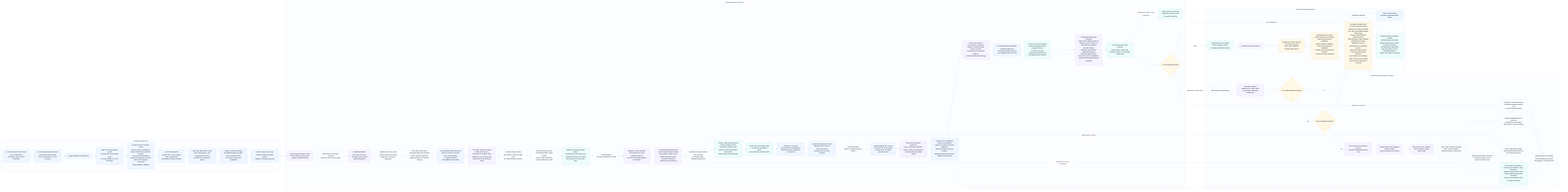
odylith/odylith keeps this Mermaid diagram as odylith/atlas/source/domain-intelligence-greenfield-governance.png. Above is the earlier version. Its source is kept beside it as odylith/atlas/source/domain-intelligence-greenfield-governance.mmd.
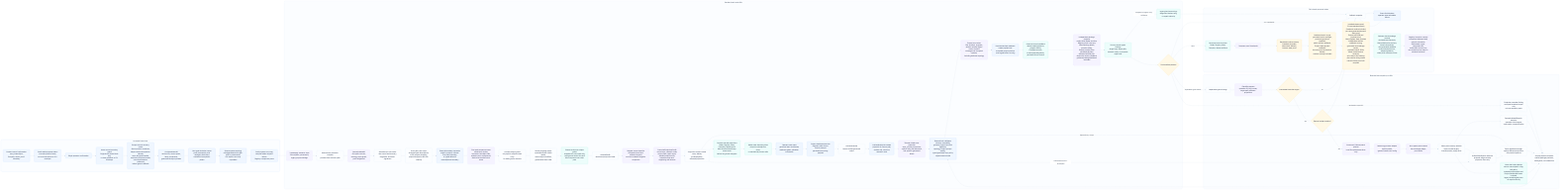
The same file after the commit.

Diff of the diagram source:
```diff
@@ -73,13 +73,14 @@
       matrix_scorer["Hardened matrix scorer<br/>grounded anchor preflight,<br/>persisted governed readback,<br/>public artifact readback,<br/>Project shell payload readback,<br/>browser proof as premium blocker,<br/>runtime custody excluded"]
       release_matrix["Installed release proof<br/>13-case standard matrix,<br/>Casebook surface included,<br/>per-case generated browser state proof,<br/>Project tab DOM and payload proof,<br/>Atlas diagram state checked,<br/>independent artifact readback scoring,<br/>generated-term leakage rescan,<br/>persisted matrix JSON,<br/>failed-create blocker excerpts,<br/>strict temp-root cleanup,<br/>plus rescue wiring smoke<br/>natural rescue proof still required"]
       selected_case_leakage["Release domain leakage custody<br/>declared case sentinels,<br/>filtered distinctive anchors,<br/>historical sentinels,<br/>and generated readback<br/>scan protected source, shipped guidance,<br/>wheel, and runtime archives"]
+      registry_forensics_custody["Registry forensics custody<br/>component sidecars keep generic summaries,<br/>workstream scope, component IDs,<br/>and artifact counts only<br/>raw scenario prose stays in evidence surfaces"]
     end
 
     visible_intent --> confirmable_stdout --> confirm --> source_guard --> prompt_recovery --> confirmed_ir --> non_goal_owner --> sparse_systems --> public_system_copy
     public_system_copy --> apply_input --> compiler --> semantic_ir --> actor_role_owner --> actor_path_role --> external_boundary --> sequence_owner --> subject_carry_guard --> result_language --> prose_shape_guard --> artifact_plan --> release_scope --> canonical_facts --> projection_contract --> projections --> state_boundary_titles --> next_steps --> project_dashboard --> draft_set
     draft_set --> artifact_units --> visible_actor_projection --> validators --> expert_lenses --> persisted_readback --> governed_readback --> evidence_readback --> typed_findings --> final_manifest
     typed_findings -- "untyped or legacy-only evidence" --> legacy_blockers --> rollback
-    final_manifest -- "pass" --> writes --> proof_log --> surface_custody --> matrix_scorer --> release_matrix --> selected_case_leakage
+    final_manifest -- "pass" --> writes --> proof_log --> surface_custody --> matrix_scorer --> release_matrix --> selected_case_leakage --> registry_forensics_custody
     final_manifest -- "rendered scope drift" --> projection_rerender --> rerender
     final_manifest -- "repairable typed failure" --> repairable --> patchset --> executable_target
     executable_target -- "yes" --> rescue_budget
@@ -105,7 +106,7 @@
     class visible_intent,confirmable_stdout,confirm,source_guard,prompt_recovery,confirmed_ir,non_goal_owner,sparse_systems,public_system_copy intent;
     class apply_input,compiler,semantic_ir,actor_role_owner,actor_path_role,external_boundary,sequence_owner,subject_carry_guard,result_language,prose_shape_guard,artifact_plan,release_scope,canonical_facts,projection_contract,projections,state_boundary_titles,next_steps,project_dashboard,draft_set,artifact_units,visible_actor_projection,validators,expert_lenses,persisted_readback,governed_readback,evidence_readback,typed_findings,legacy_blockers,final_manifest standard;
     class repairable,patchset,executable_target,rescue_budget,tribunal_planner,provider_adapter,strict_schema,custody_check,semantic_apply,plan_apply,scope_ledger,projection_rerender,copy_repair,rerender rescue;
-    class writes,rollback,blockers,proof_log,surface_custody,matrix_scorer,release_matrix,selected_case_leakage write;
+    class writes,rollback,blockers,proof_log,surface_custody,matrix_scorer,release_matrix,selected_case_leakage,registry_forensics_custody write;
 
     style accepted_lane fill:#FBFDFF,stroke:#BFD7FE,stroke-width:1px,color:#334155
     style standard_lane fill:#FBFDFF,stroke:#CBD5E1,stroke-width:1px,color:#334155
```
